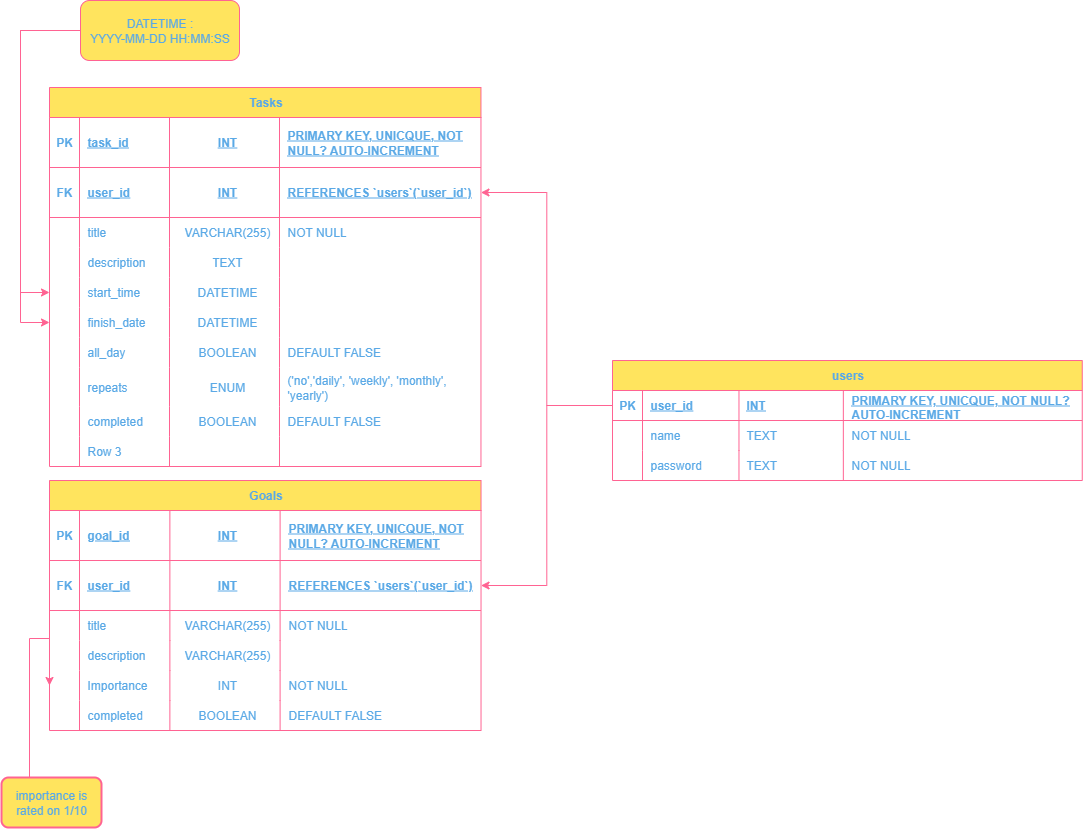
Above: database.drawio.png in EBBD88/ToDo-list-Flask (draw.io), before the change. Source tidied: cells renumbered, new cells last; positions are measured from the earlier drawing's top-left corner, leaving out a move shared by most shapes.
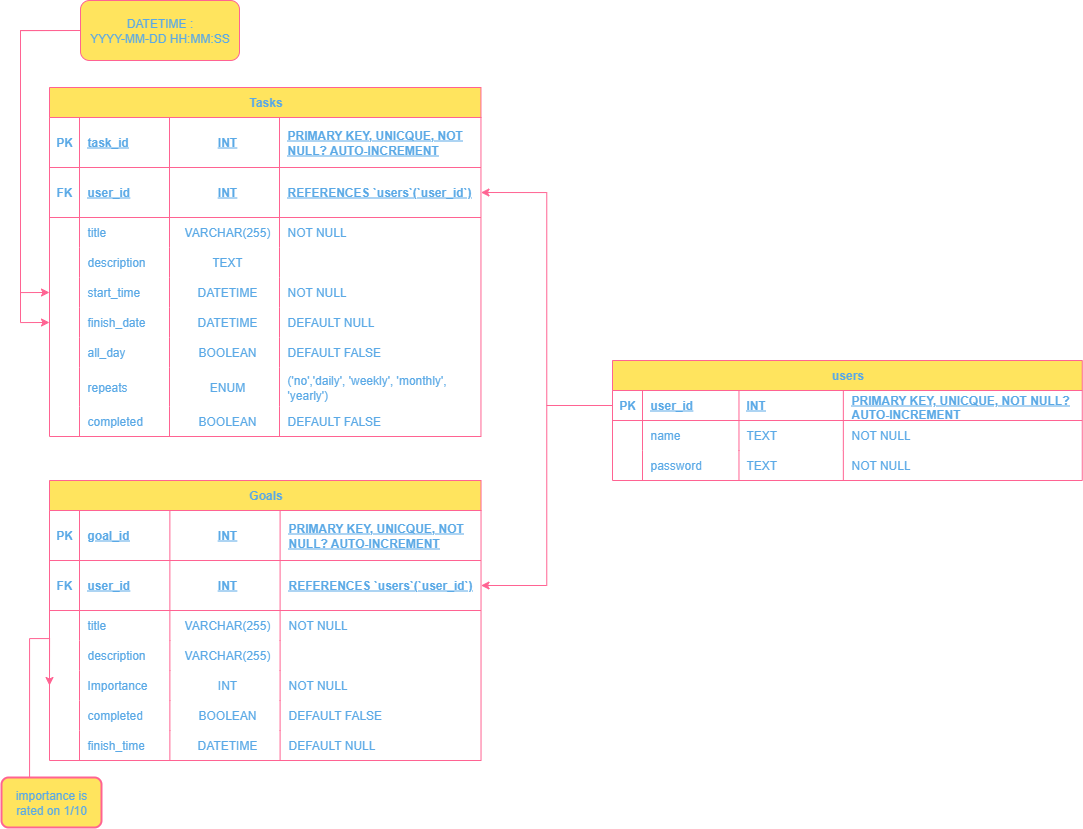
After the change.

Commit message:
change tasks finish/start_time column and added finish_time to goalsdrawio.png

What changed in the source:
```diff
@@ -3,7 +3,7 @@
     <mxCell id="0" />
     <mxCell id="1" parent="0" />
     <mxCell id="2" value="Tasks" style="shape=table;startSize=30;rowLines=0;fontStyle=1;align=center;html=1;labelBackgroundColor=none;fillColor=#FFE45E;strokeColor=#FF6392;fontColor=#5AA9E6;" parent="1" vertex="1">
-      <mxGeometry x="48" y="87" width="431.5" height="379" as="geometry" />
+      <mxGeometry x="48" y="87" width="431.5" height="349" as="geometry" />
     </mxCell>
     <mxCell id="3" style="shape=tableRow;horizontal=0;startSize=0;swimlaneHead=0;swimlaneBody=0;fillColor=none;top=0;left=0;right=0;bottom=1;labelBackgroundColor=none;strokeColor=#FF6392;fontColor=#5AA9E6;" parent="2" vertex="1">
       <mxGeometry y="30" width="431.5" height="50" as="geometry" />
@@ -77,7 +77,7 @@
     <mxCell id="26" value="DATETIME" style="shape=partialRectangle;fillColor=none;top=0;left=0;bottom=0;right=0;align=center;spacingLeft=6;overflow=hidden;whiteSpace=wrap;html=1;labelBackgroundColor=none;strokeColor=#FF6392;fontColor=#5AA9E6;" parent="23" vertex="1">
       <mxGeometry x="120" width="110" height="30" as="geometry" />
     </mxCell>
-    <mxCell id="27" style="shape=partialRectangle;fillColor=none;top=0;left=0;bottom=0;right=0;align=left;spacingLeft=6;overflow=hidden;whiteSpace=wrap;html=1;labelBackgroundColor=none;strokeColor=#FF6392;fontColor=#5AA9E6;" parent="23" vertex="1">
+    <mxCell id="27" value="NOT NULL" style="shape=partialRectangle;fillColor=none;top=0;left=0;bottom=0;right=0;align=left;spacingLeft=6;overflow=hidden;whiteSpace=wrap;html=1;labelBackgroundColor=none;strokeColor=#FF6392;fontColor=#5AA9E6;" parent="23" vertex="1">
       <mxGeometry x="230" width="201.5" height="30" as="geometry" />
     </mxCell>
     <mxCell id="28" style="shape=tableRow;horizontal=0;startSize=0;swimlaneHead=0;swimlaneBody=0;fillColor=none;points=[[0,0.5],[1,0.5]];portConstraint=eastwest;top=0;left=0;right=0;bottom=0;labelBackgroundColor=none;strokeColor=#FF6392;fontColor=#5AA9E6;" parent="2" vertex="1">
@@ -92,7 +92,7 @@
     <mxCell id="31" value="DATETIME" style="shape=partialRectangle;fillColor=none;top=0;left=0;bottom=0;right=0;align=center;spacingLeft=6;overflow=hidden;whiteSpace=wrap;html=1;labelBackgroundColor=none;strokeColor=#FF6392;fontColor=#5AA9E6;" parent="28" vertex="1">
       <mxGeometry x="120" width="110" height="30" as="geometry" />
     </mxCell>
-    <mxCell id="32" style="shape=partialRectangle;fillColor=none;top=0;left=0;bottom=0;right=0;align=left;spacingLeft=6;overflow=hidden;whiteSpace=wrap;html=1;labelBackgroundColor=none;strokeColor=#FF6392;fontColor=#5AA9E6;" parent="28" vertex="1">
+    <mxCell id="32" value="DEFAULT NULL" style="shape=partialRectangle;fillColor=none;top=0;left=0;bottom=0;right=0;align=left;spacingLeft=6;overflow=hidden;whiteSpace=wrap;html=1;labelBackgroundColor=none;strokeColor=#FF6392;fontColor=#5AA9E6;" parent="28" vertex="1">
       <mxGeometry x="230" width="201.5" height="30" as="geometry" />
     </mxCell>
     <mxCell id="33" style="shape=tableRow;horizontal=0;startSize=0;swimlaneHead=0;swimlaneBody=0;fillColor=none;top=0;left=0;right=0;bottom=0;labelBackgroundColor=none;strokeColor=#FF6392;fontColor=#5AA9E6;" parent="2" vertex="1">
@@ -140,23 +140,8 @@
     <mxCell id="47" value="DEFAULT FALSE" style="shape=partialRectangle;fillColor=none;top=0;left=0;bottom=0;right=0;align=left;spacingLeft=6;overflow=hidden;whiteSpace=wrap;html=1;labelBackgroundColor=none;strokeColor=#FF6392;fontColor=#5AA9E6;" parent="43" vertex="1">
       <mxGeometry x="230" width="201.5" height="30" as="geometry" />
     </mxCell>
-    <mxCell id="48" style="shape=tableRow;horizontal=0;startSize=0;swimlaneHead=0;swimlaneBody=0;fillColor=none;top=0;left=0;right=0;bottom=0;labelBackgroundColor=none;strokeColor=#FF6392;fontColor=#5AA9E6;" parent="2" vertex="1">
-      <mxGeometry y="349" width="431.5" height="30" as="geometry" />
-    </mxCell>
-    <mxCell id="49" style="shape=partialRectangle;fillColor=none;top=0;left=0;bottom=0;right=0;overflow=hidden;whiteSpace=wrap;html=1;labelBackgroundColor=none;strokeColor=#FF6392;fontColor=#5AA9E6;" parent="48" vertex="1">
-      <mxGeometry width="30" height="30" as="geometry" />
-    </mxCell>
-    <mxCell id="50" value="Row 3" style="shape=partialRectangle;fillColor=none;top=0;left=0;bottom=0;right=0;align=left;spacingLeft=6;overflow=hidden;whiteSpace=wrap;html=1;labelBackgroundColor=none;strokeColor=#FF6392;fontColor=#5AA9E6;" parent="48" vertex="1">
-      <mxGeometry x="30" width="90" height="30" as="geometry" />
-    </mxCell>
-    <mxCell id="51" style="shape=partialRectangle;fillColor=none;top=0;left=0;bottom=0;right=0;align=center;spacingLeft=6;overflow=hidden;whiteSpace=wrap;html=1;labelBackgroundColor=none;strokeColor=#FF6392;fontColor=#5AA9E6;" parent="48" vertex="1">
-      <mxGeometry x="120" width="110" height="30" as="geometry" />
-    </mxCell>
-    <mxCell id="52" style="shape=partialRectangle;fillColor=none;top=0;left=0;bottom=0;right=0;align=left;spacingLeft=6;overflow=hidden;whiteSpace=wrap;html=1;labelBackgroundColor=none;strokeColor=#FF6392;fontColor=#5AA9E6;" parent="48" vertex="1">
-      <mxGeometry x="230" width="201.5" height="30" as="geometry" />
-    </mxCell>
     <mxCell id="53" value="Goals" style="shape=table;startSize=30;rowLines=0;fontStyle=1;align=center;html=1;labelBackgroundColor=none;fillColor=#FFE45E;strokeColor=#FF6392;fontColor=#5AA9E6;" parent="1" vertex="1">
-      <mxGeometry x="48" y="480" width="431.5" height="250" as="geometry" />
+      <mxGeometry x="48" y="480" width="431.5" height="280" as="geometry" />
     </mxCell>
     <mxCell id="54" style="shape=tableRow;horizontal=0;startSize=0;swimlaneHead=0;swimlaneBody=0;fillColor=none;top=0;left=0;right=0;bottom=1;labelBackgroundColor=none;strokeColor=#FF6392;fontColor=#5AA9E6;" parent="53" vertex="1">
       <mxGeometry y="30" width="431.5" height="50" as="geometry" />
@@ -248,6 +233,21 @@
     <mxCell id="83" value="DEFAULT FALSE" style="shape=partialRectangle;fillColor=none;top=0;left=0;bottom=0;right=0;align=left;spacingLeft=6;overflow=hidden;whiteSpace=wrap;html=1;labelBackgroundColor=none;strokeColor=#FF6392;fontColor=#5AA9E6;" parent="79" vertex="1">
       <mxGeometry x="230.6" width="200.9" height="30" as="geometry" />
     </mxCell>
+    <mxCell id="107" style="shape=tableRow;horizontal=0;startSize=0;swimlaneHead=0;swimlaneBody=0;fillColor=none;top=0;left=0;right=0;bottom=0;labelBackgroundColor=none;strokeColor=#FF6392;fontColor=#5AA9E6;" parent="53" vertex="1">
+      <mxGeometry y="250" width="431.5" height="30" as="geometry" />
+    </mxCell>
+    <mxCell id="49" style="shape=partialRectangle;fillColor=none;top=0;left=0;bottom=0;right=0;overflow=hidden;whiteSpace=wrap;html=1;labelBackgroundColor=none;strokeColor=#FF6392;fontColor=#5AA9E6;" parent="107" vertex="1">
+      <mxGeometry width="30" height="30" as="geometry" />
+    </mxCell>
+    <mxCell id="108" value="finish_time" style="shape=partialRectangle;fillColor=none;top=0;left=0;bottom=0;right=0;align=left;spacingLeft=6;overflow=hidden;whiteSpace=wrap;html=1;labelBackgroundColor=none;strokeColor=#FF6392;fontColor=#5AA9E6;" parent="107" vertex="1">
+      <mxGeometry x="30" width="90.4" height="30" as="geometry" />
+    </mxCell>
+    <mxCell id="109" value="DATETIME" style="shape=partialRectangle;fillColor=none;top=0;left=0;bottom=0;right=0;align=center;spacingLeft=6;overflow=hidden;whiteSpace=wrap;html=1;labelBackgroundColor=none;strokeColor=#FF6392;fontColor=#5AA9E6;" parent="107" vertex="1">
+      <mxGeometry x="120.4" width="110.2" height="30" as="geometry" />
+    </mxCell>
+    <mxCell id="110" value="DEFAULT NULL" style="shape=partialRectangle;fillColor=none;top=0;left=0;bottom=0;right=0;align=left;spacingLeft=6;overflow=hidden;whiteSpace=wrap;html=1;labelBackgroundColor=none;strokeColor=#FF6392;fontColor=#5AA9E6;" parent="107" vertex="1">
+      <mxGeometry x="230.6" width="200.9" height="30" as="geometry" />
+    </mxCell>
     <mxCell id="84" style="edgeStyle=orthogonalEdgeStyle;rounded=0;jettySize=auto;html=1;entryX=0;entryY=0.5;entryDx=0;entryDy=0;labelBackgroundColor=none;fontColor=default;strokeColor=#FF6392;" parent="1" edge="1" source="85" target="74">
       <mxGeometry relative="1" as="geometry">
         <Array as="points">
```
